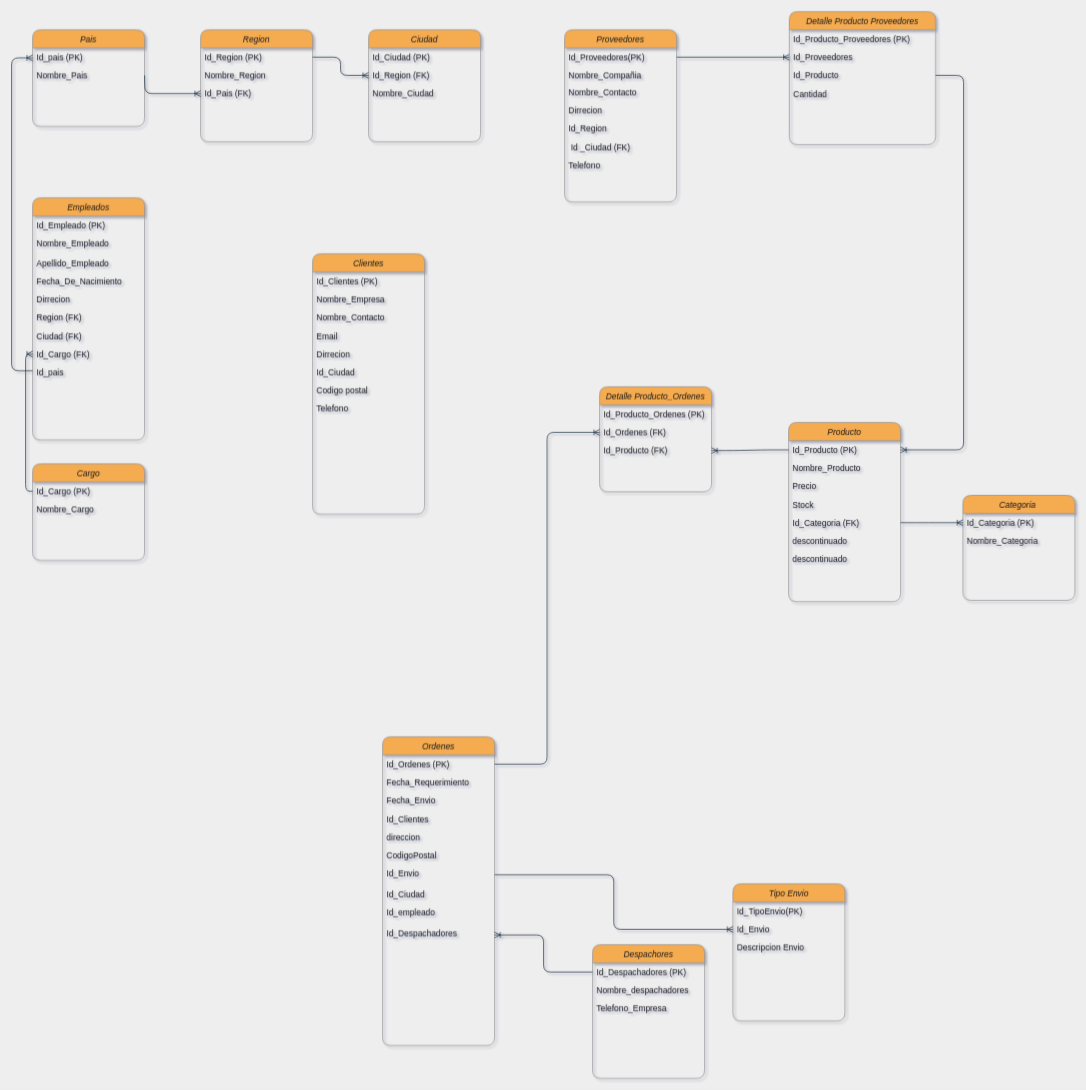
Earlier version of the draw.io diagram Untitled Diagram.drawio (Anibalvelozo/Test). Source tidied: cells renumbered, new cells numbered last; positions are measured from the earlier drawing's top-left corner, leaving out a move shared by most shapes. Both pictures are drawn from the tidied source at 70%, with x=0, y=0 at pixel (11, 11).
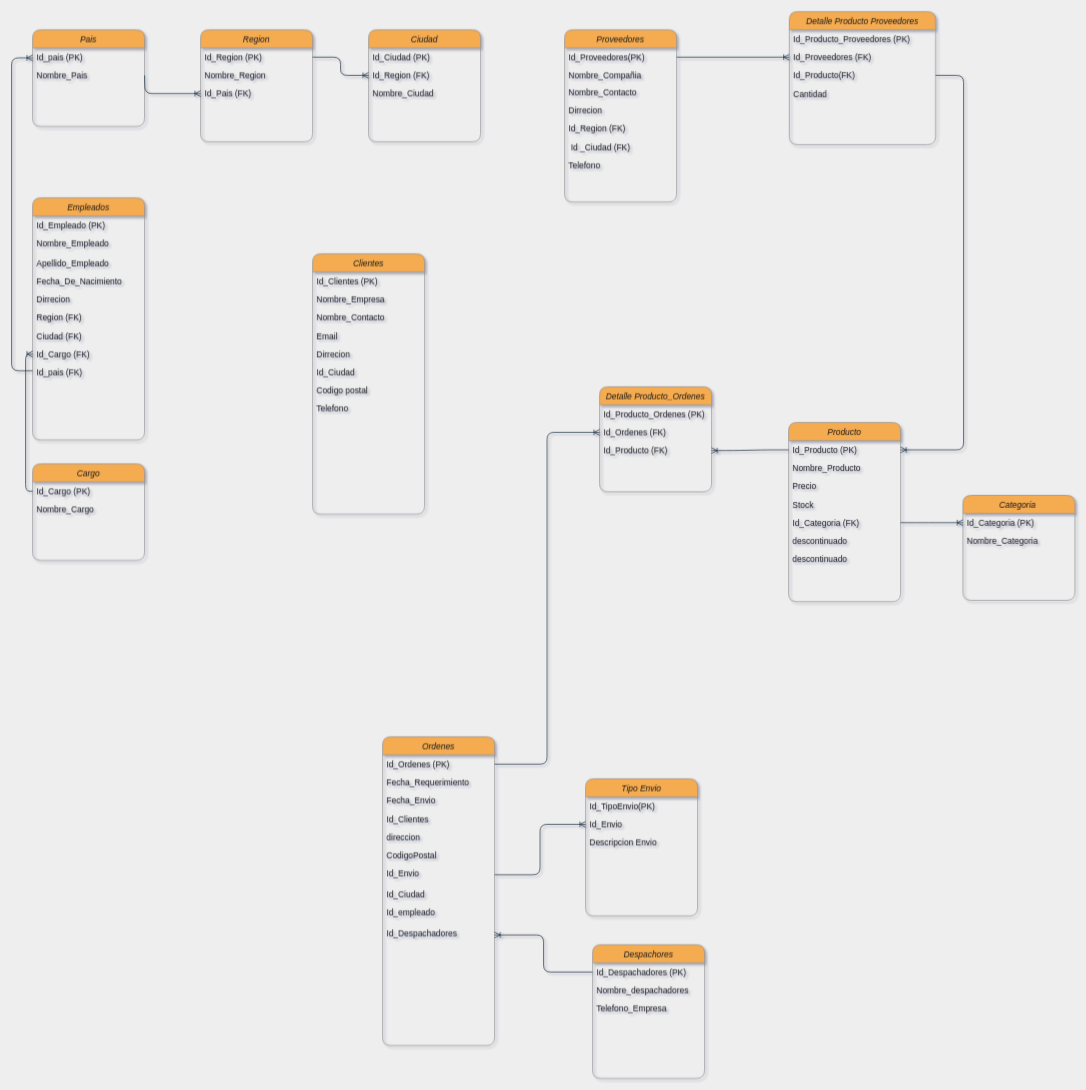
The same diagram, later.

The change refers to these unchanged cells:
```xml
<mxCell id="13" value="Empleados" style="swimlane;fontStyle=2;align=center;verticalAlign=top;horizontal=1;startSize=26;shadow=0;strokeWidth=1;fillColor=#F5AB50;strokeColor=#909090;fontColor=#1A1A1A;rounded=1;" parent="1" vertex="1">
  <mxGeometry x="30" y="266" width="160" height="346" as="geometry" />
</mxCell>
<mxCell id="42" value="Proveedores" style="swimlane;fontStyle=2;align=center;verticalAlign=top;horizontal=1;startSize=26;shadow=0;strokeWidth=1;fillColor=#F5AB50;strokeColor=#909090;fontColor=#1A1A1A;rounded=1;" parent="1" vertex="1">
  <mxGeometry x="790" y="26" width="160" height="246" as="geometry" />
</mxCell>
<mxCell id="77" value="Detalle Producto Proveedores" style="swimlane;fontStyle=2;align=center;verticalAlign=top;horizontal=1;startSize=26;shadow=0;strokeWidth=1;fillColor=#F5AB50;strokeColor=#909090;fontColor=#1A1A1A;rounded=1;" parent="1" vertex="1">
  <mxGeometry x="1111" width="209" height="190" as="geometry" />
</mxCell>
```

Diff of the diagram source:
```diff
@@
-    <mxCell id="22" value="Id_pais" style="text;align=left;verticalAlign=top;spacingLeft=4;spacingRight=4;overflow=hidden;points=[[0,0.5],[1,0.5]];portConstraint=eastwest;shadow=0;html=0;fontColor=#1A1A1A;rounded=1;" parent="13" vertex="1">
+    <mxCell id="22" value="Id_pais (FK)" style="text;align=left;verticalAlign=top;spacingLeft=4;spacingRight=4;overflow=hidden;points=[[0,0.5],[1,0.5]];portConstraint=eastwest;shadow=0;html=0;fontColor=#1A1A1A;rounded=1;" parent="13" vertex="1">
       <mxGeometry y="236" width="160" height="26" as="geometry" />
     </mxCell>
@@
-    <mxCell id="47" value="Id_Region" style="text;align=left;verticalAlign=top;spacingLeft=4;spacingRight=4;overflow=hidden;shadow=0;html=0;fontColor=#1A1A1A;rounded=1;" parent="42" vertex="1">
+    <mxCell id="47" value="Id_Region (FK)" style="text;align=left;verticalAlign=top;spacingLeft=4;spacingRight=4;overflow=hidden;shadow=0;html=0;fontColor=#1A1A1A;rounded=1;" parent="42" vertex="1">
       <mxGeometry y="128" width="160" height="26" as="geometry" />
     </mxCell>
@@
     <mxCell id="69" value="Tipo Envio" style="swimlane;fontStyle=2;align=center;verticalAlign=top;horizontal=1;startSize=26;shadow=0;strokeWidth=1;fillColor=#F5AB50;strokeColor=#909090;fontColor=#1A1A1A;rounded=1;" parent="1" vertex="1">
-      <mxGeometry x="1030.5" y="1246" width="160" height="196" as="geometry" />
+      <mxGeometry x="820" y="1096" width="160" height="196" as="geometry" />
     </mxCell>
@@
-    <mxCell id="79" value="Id_Proveedores" style="text;align=left;verticalAlign=top;spacingLeft=4;spacingRight=4;overflow=hidden;points=[[0,0.5],[1,0.5]];portConstraint=eastwest;shadow=0;html=0;fontColor=#1A1A1A;rounded=1;" parent="77" vertex="1">
+    <mxCell id="79" value="Id_Proveedores (FK)" style="text;align=left;verticalAlign=top;spacingLeft=4;spacingRight=4;overflow=hidden;points=[[0,0.5],[1,0.5]];portConstraint=eastwest;shadow=0;html=0;fontColor=#1A1A1A;rounded=1;" parent="77" vertex="1">
       <mxGeometry y="52" width="209" height="26" as="geometry" />
     </mxCell>
-    <mxCell id="80" value="Id_Producto" style="text;align=left;verticalAlign=top;spacingLeft=4;spacingRight=4;overflow=hidden;points=[[0,0.5],[1,0.5]];portConstraint=eastwest;shadow=0;html=0;fontColor=#1A1A1A;rounded=1;" parent="77" vertex="1">
+    <mxCell id="80" value="Id_Producto(FK)" style="text;align=left;verticalAlign=top;spacingLeft=4;spacingRight=4;overflow=hidden;points=[[0,0.5],[1,0.5]];portConstraint=eastwest;shadow=0;html=0;fontColor=#1A1A1A;rounded=1;" parent="77" vertex="1">
       <mxGeometry y="78" width="209" height="26" as="geometry" />
     </mxCell>
```
